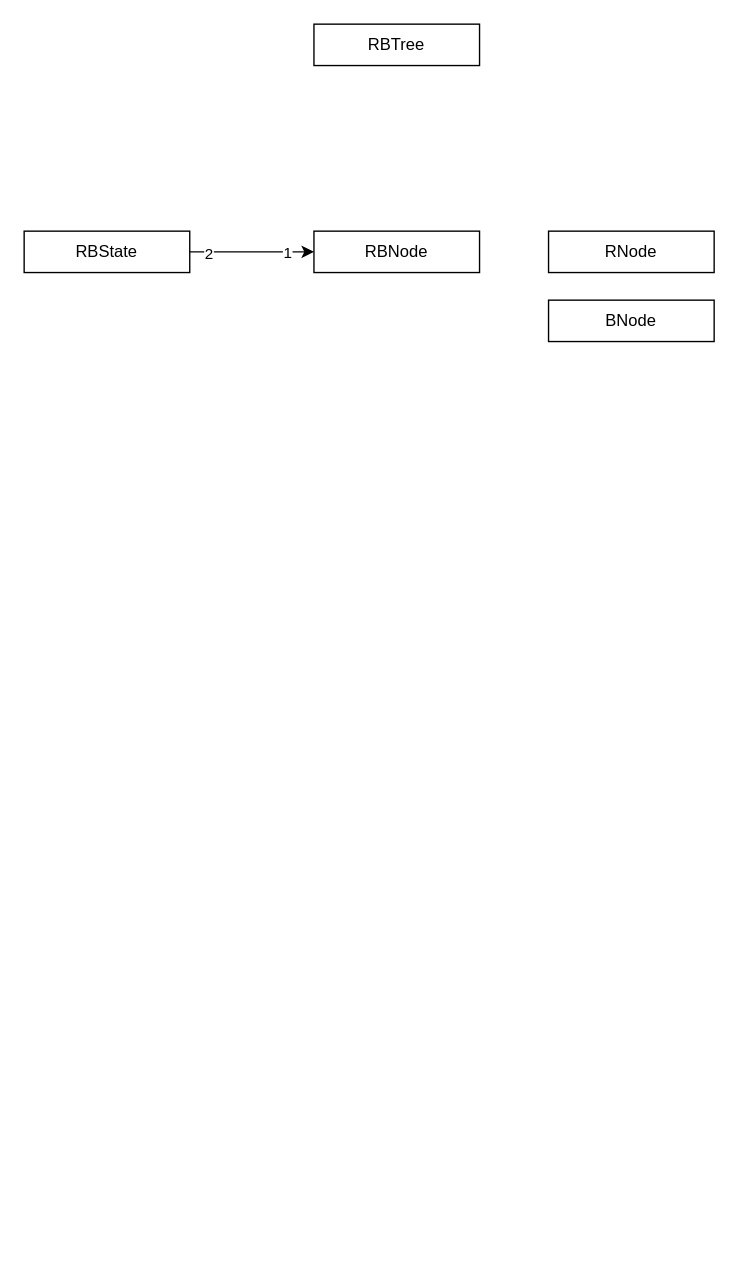
This is doc/rbtree.drawio from yuanronghhh/Cst, a draw.io file, before an edit. Source tidied: cells renumbered, new cells numbered last; positions are measured from the earlier drawing's top-left corner, leaving out a move shared by most shapes. Both pictures are drawn from the tidied source at 138%, with x=0, y=0 at pixel (23, 23).
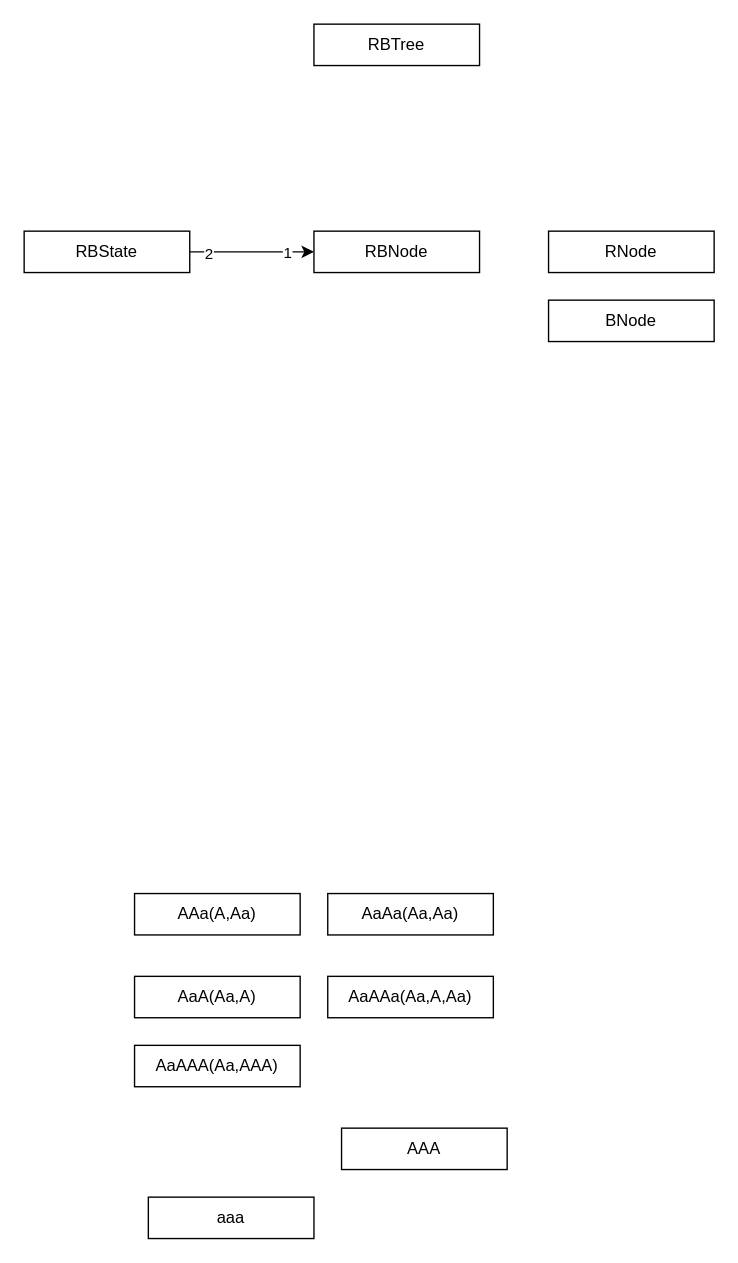
The same diagram, later.

Change to the diagram source:
```diff
@@
 <mxGraphModel>
   <root>
     <mxCell id="0" />
     <mxCell id="1" parent="0" />
     <mxCell id="2" value="RBTree" style="rounded=0;whiteSpace=wrap;html=1;" parent="1" vertex="1">
       <mxGeometry x="210" width="120" height="30" as="geometry" />
     </mxCell>
     <mxCell id="3" value="RBNode" style="rounded=0;whiteSpace=wrap;html=1;" parent="1" vertex="1">
       <mxGeometry x="210" y="150" width="120" height="30" as="geometry" />
     </mxCell>
     <mxCell id="4" value="RNode" style="rounded=0;whiteSpace=wrap;html=1;" parent="1" vertex="1">
       <mxGeometry x="380" y="150" width="120" height="30" as="geometry" />
     </mxCell>
     <mxCell id="5" value="BNode" style="rounded=0;whiteSpace=wrap;html=1;" parent="1" vertex="1">
       <mxGeometry x="380" y="200" width="120" height="30" as="geometry" />
     </mxCell>
     <mxCell id="6" style="rounded=0;jettySize=auto;html=1;" parent="1" edge="1" source="9" target="3">
       <mxGeometry relative="1" as="geometry" />
     </mxCell>
     <mxCell id="7" value="2" style="edgeLabel;html=1;align=center;verticalAlign=middle;fontSize=11;fontFamily=Helvetica;fontColor=default;" parent="6" vertex="1">
       <mxGeometry x="-0.72" y="-1" relative="1" as="geometry" />
     </mxCell>
     <mxCell id="8" value="1" style="edgeLabel;html=1;align=center;verticalAlign=middle;fontSize=11;fontFamily=Helvetica;fontColor=default;" parent="6" vertex="1">
       <mxGeometry x="0.55" relative="1" as="geometry" />
     </mxCell>
     <mxCell id="9" value="RBState" style="rounded=0;whiteSpace=wrap;html=1;" parent="1" vertex="1">
       <mxGeometry y="150" width="120" height="30" as="geometry" />
     </mxCell>
+    <mxCell id="10" value="AAa(A,Aa)" style="rounded=0;whiteSpace=wrap;html=1;" parent="1" vertex="1">
+      <mxGeometry x="80" y="630" width="120" height="30" as="geometry" />
+    </mxCell>
+    <mxCell id="11" value="AaAa(Aa,Aa)" style="rounded=0;whiteSpace=wrap;html=1;" parent="1" vertex="1">
+      <mxGeometry x="220" y="630" width="120" height="30" as="geometry" />
+    </mxCell>
+    <mxCell id="12" value="AaA(Aa,A)" style="rounded=0;whiteSpace=wrap;html=1;" parent="1" vertex="1">
+      <mxGeometry x="80" y="690" width="120" height="30" as="geometry" />
+    </mxCell>
+    <mxCell id="13" value="AaAAa(Aa,A,Aa)" style="rounded=0;whiteSpace=wrap;html=1;" parent="1" vertex="1">
+      <mxGeometry x="220" y="690" width="120" height="30" as="geometry" />
+    </mxCell>
+    <mxCell id="14" value="AaAAA(Aa,AAA)" style="rounded=0;whiteSpace=wrap;html=1;" parent="1" vertex="1">
+      <mxGeometry x="80" y="740" width="120" height="30" as="geometry" />
+    </mxCell>
+    <mxCell id="15" value="aaa" style="rounded=0;whiteSpace=wrap;html=1;" parent="1" vertex="1">
+      <mxGeometry x="90" y="850" width="120" height="30" as="geometry" />
+    </mxCell>
+    <mxCell id="16" value="AAA" style="rounded=0;whiteSpace=wrap;html=1;" parent="1" vertex="1">
+      <mxGeometry x="230" y="800" width="120" height="30" as="geometry" />
+    </mxCell>
   </root>
 </mxGraphModel>
```
